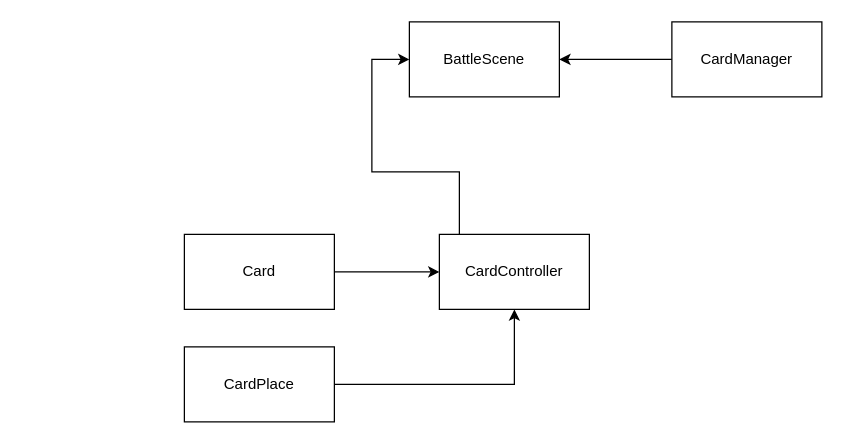
Above: diargam/battleScene.drawio in Banji575/FantasyCardCrowler (draw.io), before the change. Source tidied: cells renumbered, new cells numbered last; positions are measured from the earlier drawing's top-left corner, leaving out a move shared by most shapes. Both pictures are drawn from the tidied source at 125%, with x=0, y=0 at pixel (184, 21).
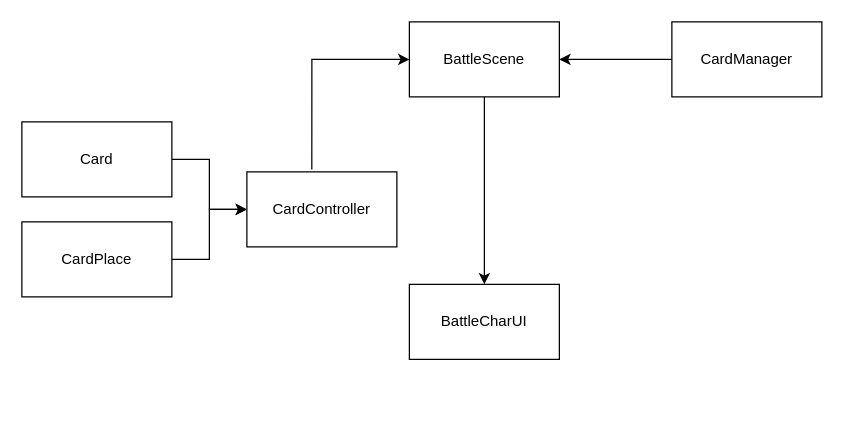
The same diagram, later.

What changed in the source:
```diff
@@
 <mxGraphModel>
   <root>
     <mxCell id="0" />
     <mxCell id="1" parent="0" />
+    <mxCell id="11" style="edgeStyle=orthogonalEdgeStyle;rounded=0;jettySize=auto;html=1;" parent="1" edge="1" source="2" target="12">
+      <mxGeometry relative="1" as="geometry" />
+    </mxCell>
     <mxCell id="2" value="BattleScene" style="rounded=0;whiteSpace=wrap;html=1;" parent="1" vertex="1">
       <mxGeometry x="180" width="120" height="60" as="geometry" />
     </mxCell>
     <mxCell id="3" style="edgeStyle=orthogonalEdgeStyle;rounded=0;jettySize=auto;html=1;entryX=1;entryY=0.5;entryDx=0;entryDy=0;exitX=0;exitY=0.5;exitDx=0;exitDy=0;" parent="1" edge="1" source="4" target="2">
       <mxGeometry relative="1" as="geometry">
         <Array as="points">
           <mxPoint x="350" y="30" />
           <mxPoint x="350" y="30" />
         </Array>
       </mxGeometry>
     </mxCell>
     <mxCell id="4" value="CardManager" style="rounded=0;whiteSpace=wrap;html=1;" parent="1" vertex="1">
       <mxGeometry x="390" width="120" height="60" as="geometry" />
     </mxCell>
-    <mxCell id="5" style="edgeStyle=orthogonalEdgeStyle;rounded=0;jettySize=auto;html=1;entryX=0;entryY=0.5;entryDx=0;entryDy=0;" parent="1" edge="1" source="6" target="2">
+    <mxCell id="5" style="edgeStyle=orthogonalEdgeStyle;rounded=0;jettySize=auto;html=1;entryX=0;entryY=0.5;entryDx=0;entryDy=0;exitX=0.433;exitY=-0.033;exitDx=0;exitDy=0;exitPerimeter=0;" parent="1" edge="1" source="6" target="2">
       <mxGeometry relative="1" as="geometry">
         <Array as="points">
-          <mxPoint x="220" y="120" />
-          <mxPoint x="150" y="120" />
-          <mxPoint x="150" y="30" />
+          <mxPoint x="102" y="30" />
         </Array>
       </mxGeometry>
     </mxCell>
     <mxCell id="6" value="CardController" style="rounded=0;whiteSpace=wrap;html=1;" parent="1" vertex="1">
-      <mxGeometry x="204" y="170" width="120" height="60" as="geometry" />
+      <mxGeometry x="50" y="120" width="120" height="60" as="geometry" />
     </mxCell>
     <mxCell id="7" style="edgeStyle=orthogonalEdgeStyle;rounded=0;jettySize=auto;html=1;" parent="1" edge="1" source="8" target="6">
       <mxGeometry relative="1" as="geometry" />
     </mxCell>
     <mxCell id="8" value="CardPlace" style="rounded=0;whiteSpace=wrap;html=1;" parent="1" vertex="1">
-      <mxGeometry y="260" width="120" height="60" as="geometry" />
+      <mxGeometry x="-130" y="160" width="120" height="60" as="geometry" />
     </mxCell>
     <mxCell id="9" style="edgeStyle=orthogonalEdgeStyle;rounded=0;jettySize=auto;html=1;entryX=0;entryY=0.5;entryDx=0;entryDy=0;" parent="1" edge="1" source="10" target="6">
       <mxGeometry relative="1" as="geometry" />
     </mxCell>
     <mxCell id="10" value="Card" style="rounded=0;whiteSpace=wrap;html=1;" parent="1" vertex="1">
-      <mxGeometry y="170" width="120" height="60" as="geometry" />
+      <mxGeometry x="-130" y="80" width="120" height="60" as="geometry" />
     </mxCell>
+    <mxCell id="12" value="BattleCharUI" style="whiteSpace=wrap;html=1;rounded=0;" parent="1" vertex="1">
+      <mxGeometry x="180" y="210" width="120" height="60" as="geometry" />
+    </mxCell>
   </root>
 </mxGraphModel>
```
